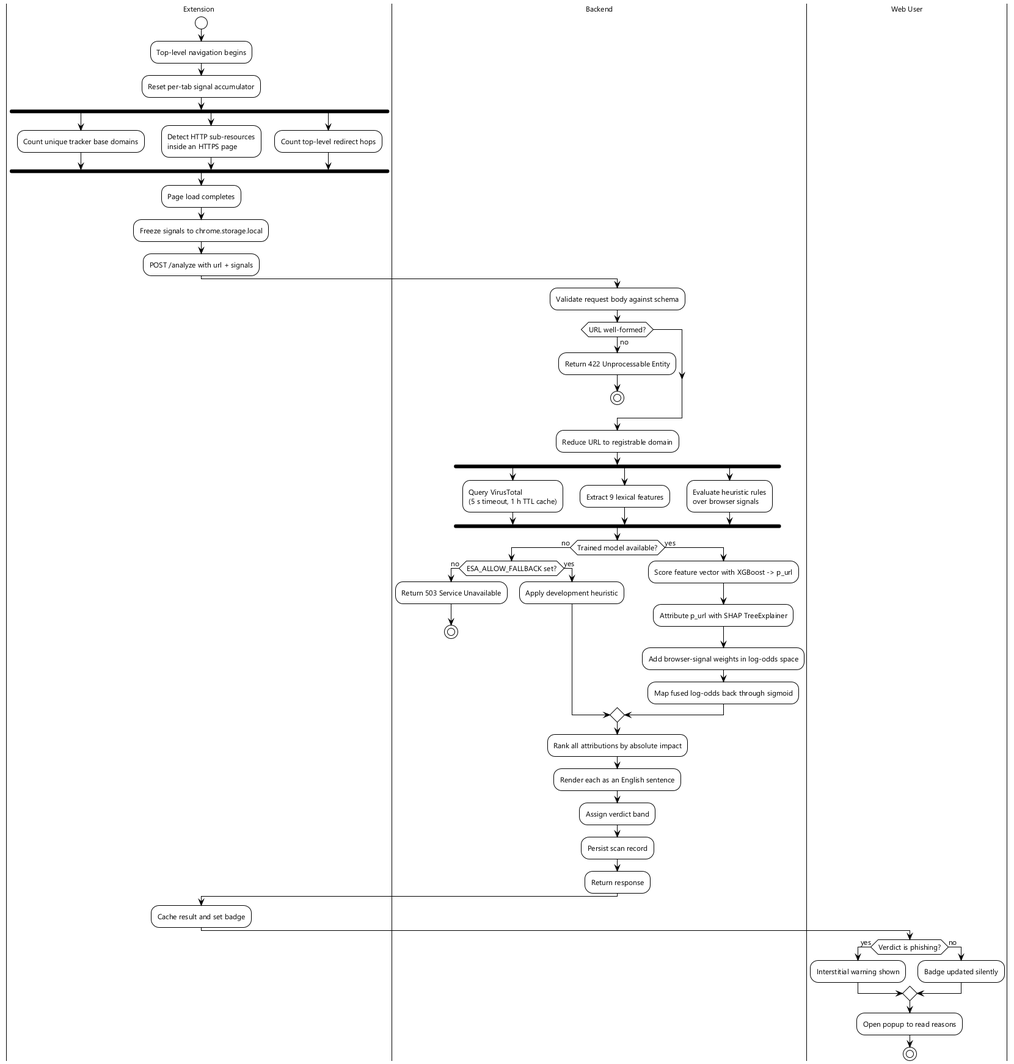
Trust-Dr-BABA/Final-Year-Project keeps this PlantUML diagram as docs/thesis/diagrams/out/fig-2-6-activity-analysis.png. Above is the earlier version. Source of this version:
```plantuml
@startuml fig-2-6-activity-analysis
!theme plain
skinparam shadowing false
skinparam defaultFontName "Segoe UI"
skinparam defaultFontSize 12

|Extension|
start
:Top-level navigation begins;
:Reset per-tab signal accumulator;

fork
  :Count unique tracker base domains;
fork again
  :Detect HTTP sub-resources
  inside an HTTPS page;
fork again
  :Count top-level redirect hops;
end fork

:Page load completes;
:Freeze signals to chrome.storage.local;
:POST /analyze with url + signals;

|Backend|
:Validate request body against schema;
if (URL well-formed?) then (no)
  :Return 422 Unprocessable Entity;
  stop
endif

:Reduce URL to registrable domain;

fork
  :Query VirusTotal
  (5 s timeout, 1 h TTL cache);
fork again
  :Extract 9 lexical features;
fork again
  :Evaluate heuristic rules
  over browser signals;
end fork

if (Trained model available?) then (no)
  if (ESA_ALLOW_FALLBACK set?) then (no)
    :Return 503 Service Unavailable;
    stop
  else (yes)
    :Apply development heuristic;
  endif
else (yes)
  :Score feature vector with XGBoost -> p_url;
  :Attribute p_url with SHAP TreeExplainer;
  :Add browser-signal weights in log-odds space;
  :Map fused log-odds back through sigmoid;
endif

:Rank all attributions by absolute impact;
:Render each as an English sentence;
:Assign verdict band;
:Persist scan record;
:Return response;

|Extension|
:Cache result and set badge;

|Web User|
if (Verdict is phishing?) then (yes)
  :Interstitial warning shown;
else (no)
  :Badge updated silently;
endif
:Open popup to read reasons;
stop
@enduml
```
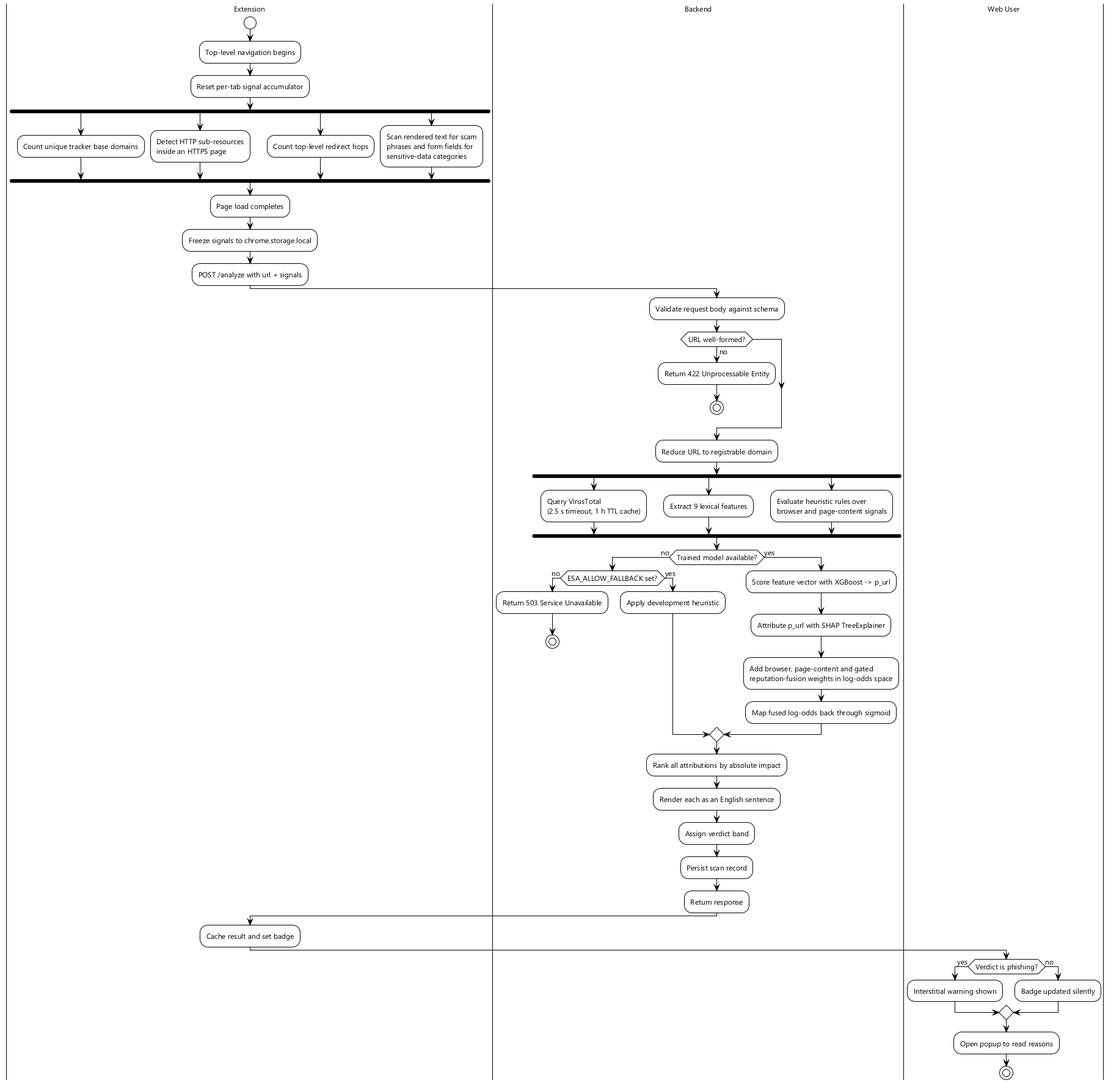
After the change.

Diff of the diagram source:
```diff
@@ -16,6 +16,10 @@
   inside an HTTPS page;
 fork again
   :Count top-level redirect hops;
+fork again
+  :Scan rendered text for scam
+  phrases and form fields for
+  sensitive-data categories;
 end fork
 
 :Page load completes;
@@ -33,12 +37,12 @@
 
 fork
   :Query VirusTotal
-  (5 s timeout, 1 h TTL cache);
+  (2.5 s timeout, 1 h TTL cache);
 fork again
   :Extract 9 lexical features;
 fork again
-  :Evaluate heuristic rules
-  over browser signals;
+  :Evaluate heuristic rules over
+  browser and page-content signals;
 end fork
 
 if (Trained model available?) then (no)
@@ -51,7 +55,8 @@
 else (yes)
   :Score feature vector with XGBoost -> p_url;
   :Attribute p_url with SHAP TreeExplainer;
-  :Add browser-signal weights in log-odds space;
+  :Add browser, page-content and gated
+  reputation-fusion weights in log-odds space;
   :Map fused log-odds back through sigmoid;
 endif
 
```
